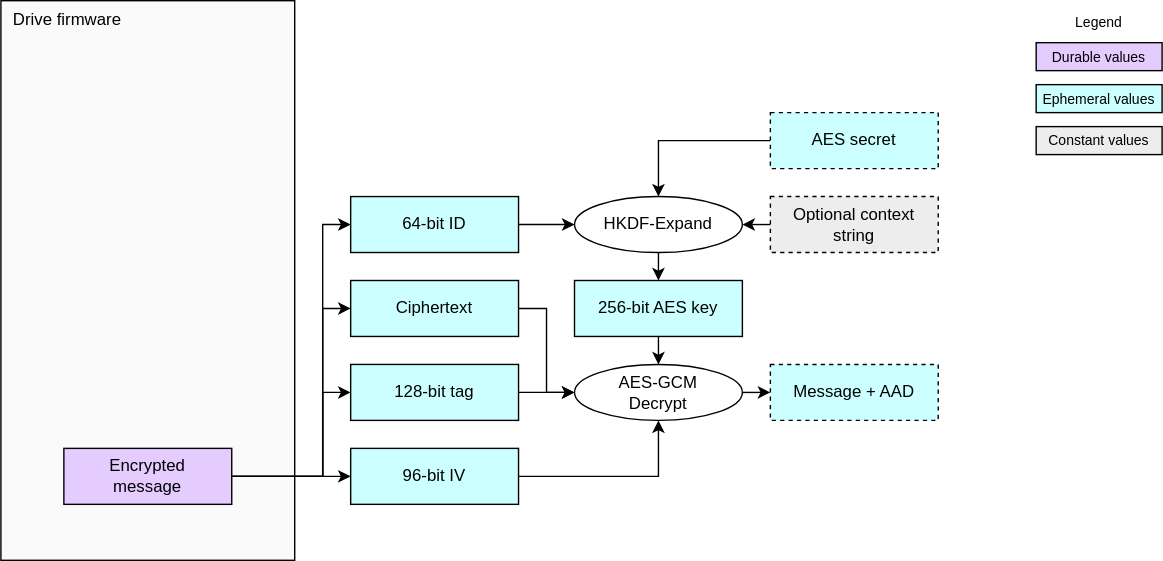
This is doc/ocp_lock/diagrams/preconditioned_aes_decrypt.drawio.svg from chipsalliance/Caliptra, a draw.io export, as it was before one commit. Source tidied: cells renumbered, new cells last; positions are measured from the earlier drawing's top-left corner, leaving out a move shared by most shapes.
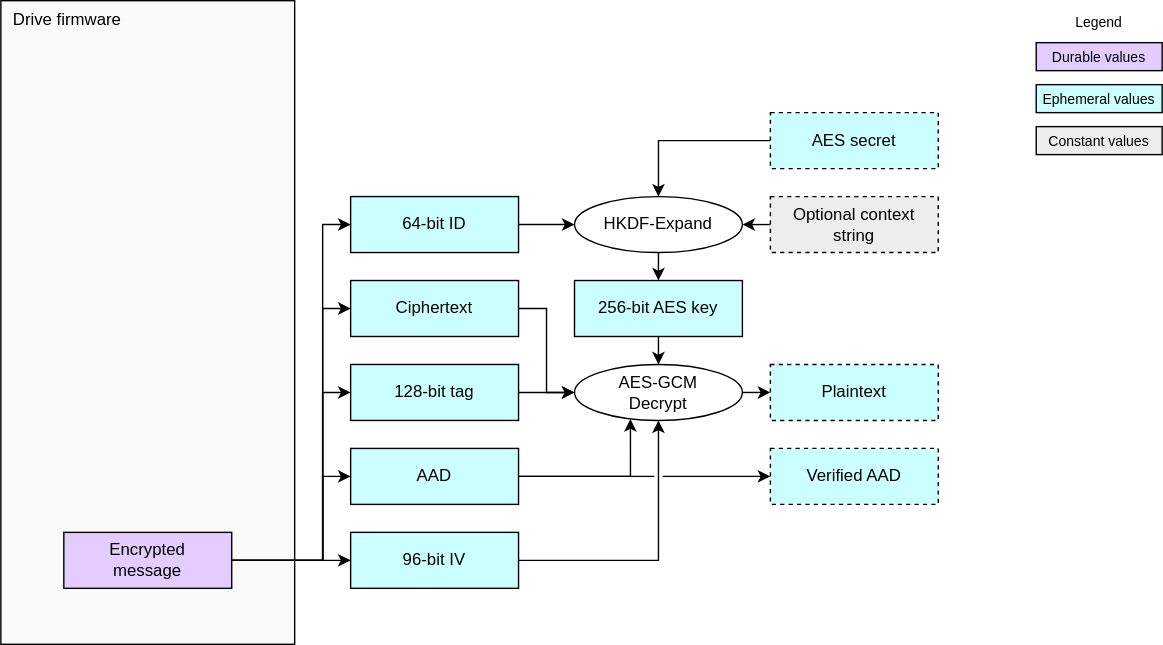
Above is the later version.

Commit message:
Clearly document AAD as a function argument for preconditioned AES. (#399)

The edit, as a diff of the source:
```diff
@@ -3,7 +3,7 @@
     <mxCell id="0" />
     <mxCell id="1" parent="0" />
     <mxCell id="2" value="Drive firmware" style="rounded=0;whiteSpace=wrap;html=1;fillColor=#FAFAFA;strokeColor=#000000;align=left;verticalAlign=top;spacingLeft=7;" parent="1" vertex="1">
-      <mxGeometry width="210" height="400" as="geometry" />
+      <mxGeometry width="210" height="460" as="geometry" />
     </mxCell>
     <mxCell id="3" value="&lt;div&gt;&lt;font color=&quot;#000000&quot;&gt;Durable values&lt;/font&gt;&lt;/div&gt;" style="rounded=0;whiteSpace=wrap;html=1;align=center;verticalAlign=middle;shadow=0;glass=0;spacingLeft=0;spacingBottom=0;spacingTop=0;fillColor=#E5CCFF;fontSize=10;" parent="1" vertex="1">
       <mxGeometry x="740" y="30" width="90" height="20" as="geometry" />
@@ -14,8 +14,16 @@
     <mxCell id="5" value="&lt;div&gt;&lt;font color=&quot;#000000&quot;&gt;Ephemeral values&lt;/font&gt;&lt;/div&gt;" style="rounded=0;whiteSpace=wrap;html=1;align=center;verticalAlign=middle;shadow=0;glass=0;spacingLeft=0;spacingBottom=0;spacingTop=0;fillColor=#CCFFFF;fontSize=10;" parent="1" vertex="1">
       <mxGeometry x="740" y="60" width="90" height="20" as="geometry" />
     </mxCell>
+    <mxCell id="31" style="edgeStyle=orthogonalEdgeStyle;html=1;exitX=1;exitY=0.5;exitDx=0;exitDy=0;entryX=0;entryY=0.5;entryDx=0;entryDy=0;rounded=0;" parent="1" edge="1" source="6" target="34">
+      <mxGeometry relative="1" as="geometry">
+        <Array as="points">
+          <mxPoint x="230" y="400" />
+          <mxPoint x="230" y="340" />
+        </Array>
+      </mxGeometry>
+    </mxCell>
     <mxCell id="6" value="&lt;div&gt;&lt;font color=&quot;#000000&quot;&gt;Encrypted&lt;/font&gt;&lt;/div&gt;&lt;div&gt;&lt;font color=&quot;#000000&quot;&gt;message&lt;/font&gt;&lt;/div&gt;" style="rounded=0;whiteSpace=wrap;html=1;align=center;verticalAlign=middle;shadow=0;glass=0;spacingLeft=0;spacingBottom=0;spacingTop=0;fillColor=#E5CCFF;gradientColor=none;strokeColor=#000000;gradientDirection=south;" parent="1" vertex="1">
-      <mxGeometry x="45" y="320" width="120" height="40" as="geometry" />
+      <mxGeometry x="45" y="380" width="120" height="40" as="geometry" />
     </mxCell>
     <mxCell id="7" style="html=1;exitX=1;exitY=0.5;exitDx=0;exitDy=0;entryX=0;entryY=0.5;entryDx=0;entryDy=0;rounded=0;" parent="1" edge="1" source="24" target="13">
       <mxGeometry relative="1" as="geometry" />
@@ -23,14 +31,14 @@
     <mxCell id="8" style="edgeStyle=orthogonalEdgeStyle;html=1;exitX=1;exitY=0.5;exitDx=0;exitDy=0;entryX=0;entryY=0.5;entryDx=0;entryDy=0;rounded=0;" parent="1" edge="1" source="13" target="9">
       <mxGeometry relative="1" as="geometry" />
     </mxCell>
-    <mxCell id="9" value="&lt;div&gt;&lt;font color=&quot;#000000&quot;&gt;Message + AAD&lt;/font&gt;&lt;/div&gt;" style="rounded=0;whiteSpace=wrap;html=1;align=center;verticalAlign=middle;shadow=0;glass=0;spacingLeft=0;spacingBottom=0;spacingTop=0;fillColor=#CCFFFF;dashed=1;" parent="1" vertex="1">
+    <mxCell id="9" value="&lt;div&gt;&lt;font color=&quot;#000000&quot;&gt;Plaintext&lt;/font&gt;&lt;/div&gt;" style="rounded=0;whiteSpace=wrap;html=1;align=center;verticalAlign=middle;shadow=0;glass=0;spacingLeft=0;spacingBottom=0;spacingTop=0;fillColor=#CCFFFF;dashed=1;" parent="1" vertex="1">
       <mxGeometry x="550" y="260" width="120" height="40" as="geometry" />
     </mxCell>
     <mxCell id="10" style="edgeStyle=orthogonalEdgeStyle;html=1;exitX=1;exitY=0.5;exitDx=0;exitDy=0;entryX=0.5;entryY=1;entryDx=0;entryDy=0;rounded=0;curved=0;" parent="1" edge="1" source="11" target="13">
       <mxGeometry relative="1" as="geometry" />
     </mxCell>
     <mxCell id="11" value="&lt;div&gt;&lt;font color=&quot;#000000&quot;&gt;96-bit IV&lt;/font&gt;&lt;/div&gt;" style="rounded=0;whiteSpace=wrap;html=1;align=center;verticalAlign=middle;shadow=0;glass=0;spacingLeft=0;spacingBottom=0;spacingTop=0;fillColor=#CCFFFF;" parent="1" vertex="1">
-      <mxGeometry x="250" y="320" width="120" height="40" as="geometry" />
+      <mxGeometry x="250" y="380" width="120" height="40" as="geometry" />
     </mxCell>
     <mxCell id="12" style="edgeStyle=orthogonalEdgeStyle;html=1;exitX=1;exitY=0.5;exitDx=0;exitDy=0;entryX=0;entryY=0.5;entryDx=0;entryDy=0;rounded=0;" parent="1" edge="1" source="26" target="13">
       <mxGeometry relative="1" as="geometry" />
@@ -41,7 +49,7 @@
     <mxCell id="14" style="edgeStyle=orthogonalEdgeStyle;endArrow=classic;html=1;rounded=0;endSize=6;startSize=6;entryX=0;entryY=0.5;entryDx=0;entryDy=0;exitX=1;exitY=0.5;exitDx=0;exitDy=0;" parent="1" edge="1" source="6" target="26">
       <mxGeometry relative="1" as="geometry">
         <Array as="points">
-          <mxPoint x="230" y="340" />
+          <mxPoint x="230" y="400" />
           <mxPoint x="230" y="220" />
         </Array>
       </mxGeometry>
@@ -73,7 +81,7 @@
     <mxCell id="23" style="edgeStyle=orthogonalEdgeStyle;html=1;entryX=0;entryY=0.5;entryDx=0;entryDy=0;rounded=0;exitX=1;exitY=0.5;exitDx=0;exitDy=0;" parent="1" edge="1" source="6" target="24">
       <mxGeometry relative="1" as="geometry">
         <Array as="points">
-          <mxPoint x="230" y="340" />
+          <mxPoint x="230" y="400" />
           <mxPoint x="230" y="280" />
         </Array>
       </mxGeometry>
@@ -90,7 +98,7 @@
     <mxCell id="27" style="edgeStyle=orthogonalEdgeStyle;endArrow=classic;html=1;rounded=0;endSize=6;startSize=6;entryX=0;entryY=0.5;entryDx=0;entryDy=0;exitX=1;exitY=0.5;exitDx=0;exitDy=0;" parent="1" edge="1" source="6" target="20">
       <mxGeometry relative="1" as="geometry">
         <Array as="points">
-          <mxPoint x="230" y="340" />
+          <mxPoint x="230" y="400" />
           <mxPoint x="230" y="160" />
         </Array>
       </mxGeometry>
@@ -104,5 +112,17 @@
     <mxCell id="30" value="&lt;div&gt;&lt;font color=&quot;#000000&quot;&gt;Constant values&lt;/font&gt;&lt;/div&gt;" style="rounded=0;whiteSpace=wrap;html=1;align=center;verticalAlign=middle;shadow=0;glass=0;spacingLeft=0;spacingBottom=0;spacingTop=0;fillColor=#EDEDED;fontSize=10;" parent="1" vertex="1">
       <mxGeometry x="740" y="90" width="90" height="20" as="geometry" />
     </mxCell>
+    <mxCell id="32" style="edgeStyle=orthogonalEdgeStyle;html=1;exitX=1;exitY=0.5;exitDx=0;exitDy=0;entryX=0;entryY=0.5;entryDx=0;entryDy=0;rounded=0;jumpStyle=gap;" parent="1" edge="1" source="34" target="35">
+      <mxGeometry relative="1" as="geometry" />
+    </mxCell>
+    <mxCell id="33" style="edgeStyle=orthogonalEdgeStyle;html=1;exitX=1;exitY=0.5;exitDx=0;exitDy=0;rounded=0;curved=0;entryX=0.333;entryY=0.975;entryDx=0;entryDy=0;entryPerimeter=0;" parent="1" edge="1" source="34" target="13">
+      <mxGeometry relative="1" as="geometry" />
+    </mxCell>
+    <mxCell id="34" value="&lt;div&gt;&lt;span style=&quot;background-color: transparent;&quot;&gt;AAD&lt;/span&gt;&lt;/div&gt;" style="rounded=0;whiteSpace=wrap;html=1;align=center;verticalAlign=middle;shadow=0;glass=0;spacingLeft=0;spacingBottom=0;spacingTop=0;fillColor=#CCFFFF;" parent="1" vertex="1">
+      <mxGeometry x="250" y="320" width="120" height="40" as="geometry" />
+    </mxCell>
+    <mxCell id="35" value="&lt;div&gt;&lt;font color=&quot;#000000&quot;&gt;Verified AAD&lt;/font&gt;&lt;/div&gt;" style="rounded=0;whiteSpace=wrap;html=1;align=center;verticalAlign=middle;shadow=0;glass=0;spacingLeft=0;spacingBottom=0;spacingTop=0;fillColor=#CCFFFF;dashed=1;" parent="1" vertex="1">
+      <mxGeometry x="550" y="320" width="120" height="40" as="geometry" />
+    </mxCell>
   </root>
 </mxGraphModel>
```
